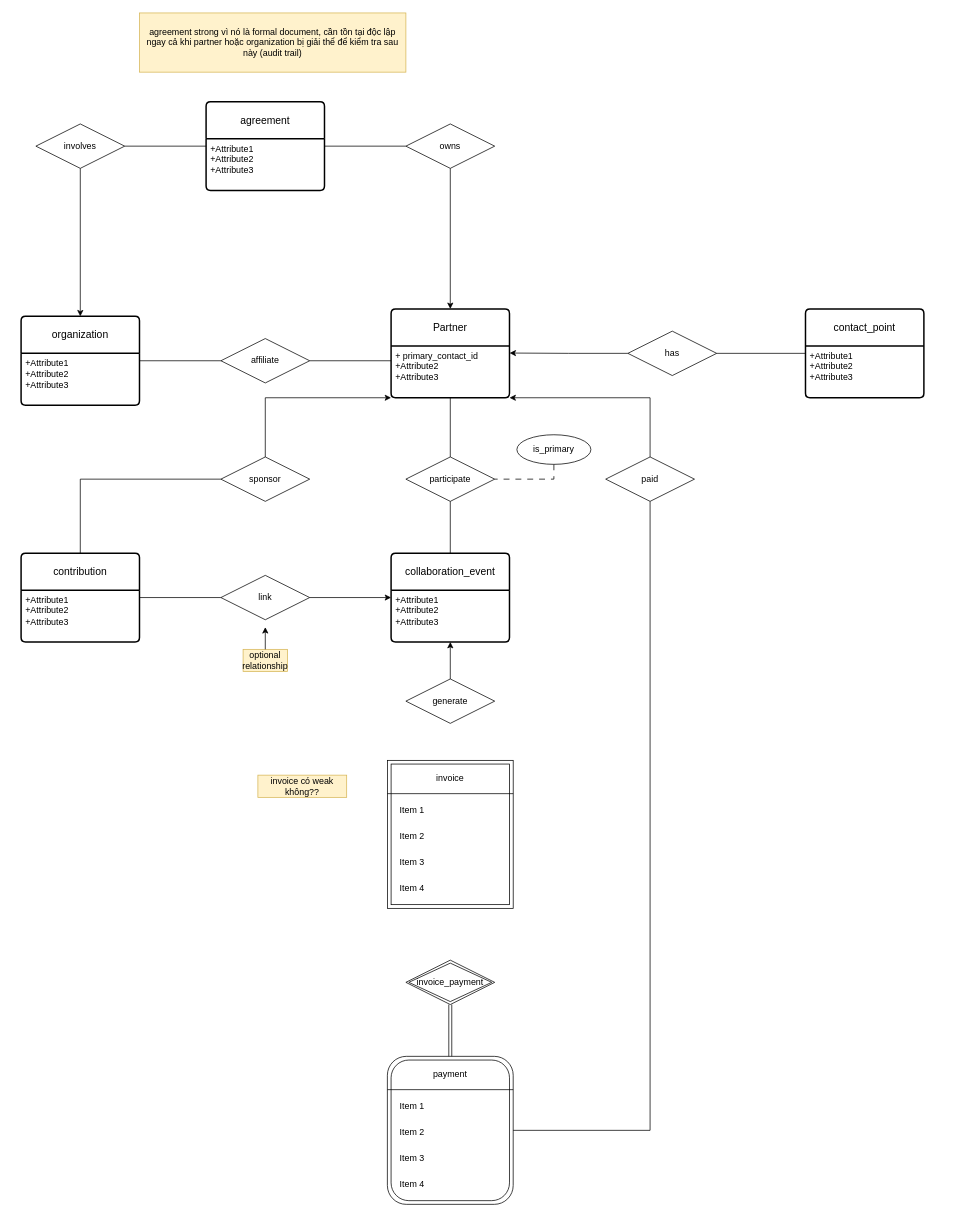
nduc03/cs4420-project keeps this draw.io diagram as ERD.drawio. Above is the earlier version. Source tidied: cells renumbered, new cells numbered last; positions are measured from the earlier drawing's top-left corner, leaving out a move shared by most shapes. Both pictures are drawn from the tidied source at 74%, with x=0, y=0 at pixel (21, 13).
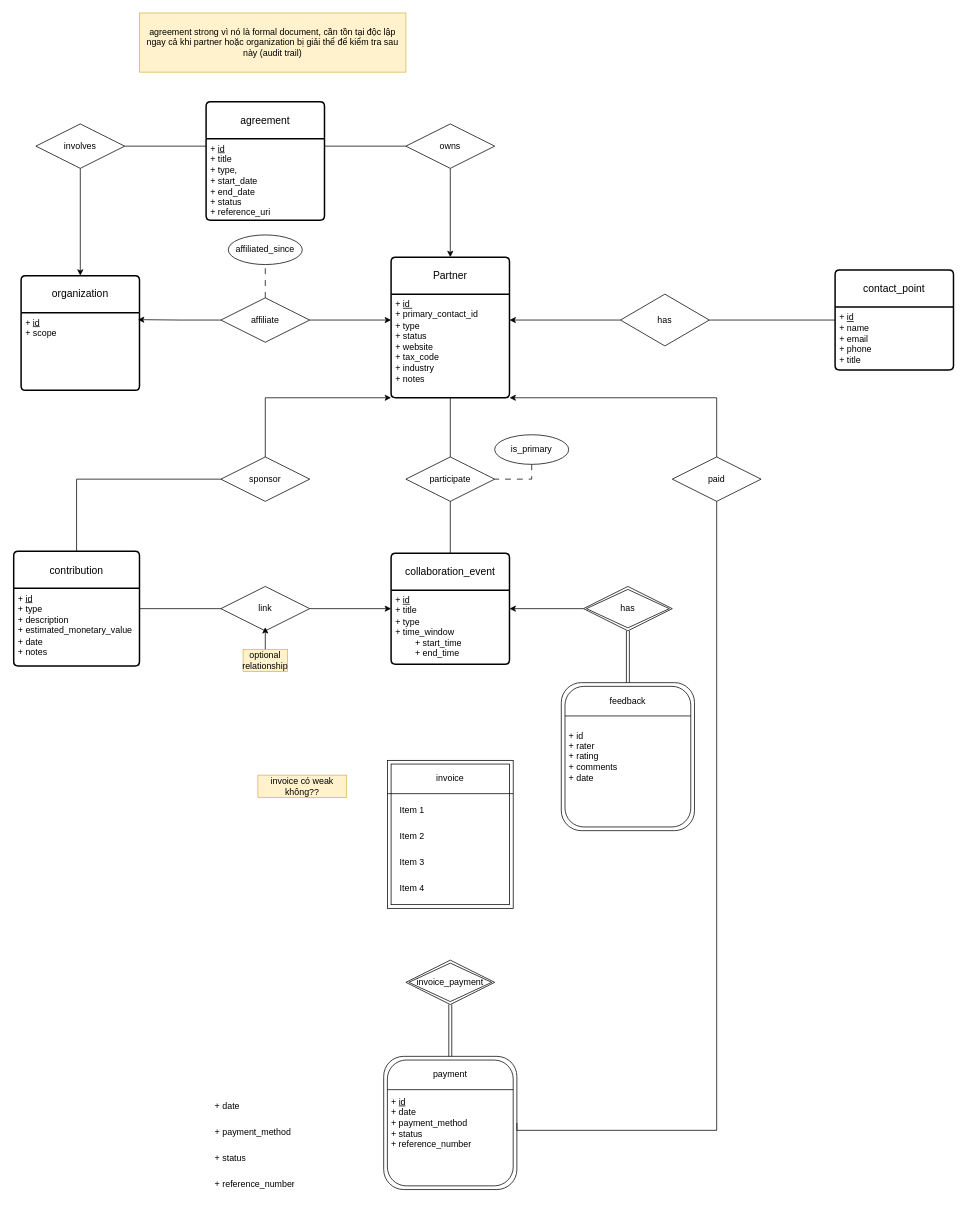
The same page after the edit.

The change refers to these unchanged cells:
```xml
<mxCell id="30" style="shape=tableRow;horizontal=0;startSize=0;swimlaneHead=0;swimlaneBody=0;strokeColor=inherit;top=0;left=0;bottom=0;right=0;fillColor=none;fontSize=16;" parent="29" vertex="1">
  <mxGeometry width="150" height="36" as="geometry" />
</mxCell>
<mxCell id="32" style="shape=tableRow;horizontal=0;startSize=0;swimlaneHead=0;swimlaneBody=0;strokeColor=inherit;top=0;left=0;bottom=0;right=0;fillColor=none;fontSize=16;" parent="29" vertex="1">
  <mxGeometry y="36" width="150" height="34" as="geometry" />
</mxCell>
<mxCell id="34" style="shape=tableRow;horizontal=0;startSize=0;swimlaneHead=0;swimlaneBody=0;strokeColor=inherit;top=0;left=0;bottom=0;right=0;fillColor=none;fontSize=16;" parent="29" vertex="1">
  <mxGeometry y="70" width="150" height="36" as="geometry" />
</mxCell>
<mxCell id="36" style="shape=tableRow;horizontal=0;startSize=0;swimlaneHead=0;swimlaneBody=0;strokeColor=inherit;top=0;left=0;bottom=0;right=0;fillColor=none;fontSize=16;" parent="29" vertex="1">
  <mxGeometry y="106" width="150" height="34" as="geometry" />
</mxCell>
<mxCell id="54" value="participate" style="shape=rhombus;perimeter=rhombusPerimeter;whiteSpace=wrap;html=1;align=center;" parent="1" vertex="1">
  <mxGeometry x="520" y="600" width="120" height="60" as="geometry" />
</mxCell>
```

The edit, as a diff of the source:
```diff
@@
     <mxCell id="2" value="Partner" style="swimlane;horizontal=1;startSize=50;rounded=1;fontSize=14;fontStyle=0;strokeWidth=2;shadow=0;dashed=0;align=center;arcSize=4;whiteSpace=wrap;html=1;" parent="1" vertex="1">
-      <mxGeometry x="500" y="400" width="160" height="120" as="geometry" />
+      <mxGeometry x="500" y="330" width="160" height="190" as="geometry" />
     </mxCell>
-    <mxCell id="3" value="+ primary_contact_id&lt;br&gt;+Attribute2&lt;br&gt;+Attribute3" style="align=left;strokeColor=none;fillColor=none;spacingLeft=4;spacingRight=4;fontSize=12;verticalAlign=top;html=1;whiteSpace=wrap;" parent="2" vertex="1">
-      <mxGeometry y="50" width="160" height="70" as="geometry" />
+    <mxCell id="3" value="+ &lt;u&gt;id&amp;nbsp;&lt;/u&gt;&lt;div&gt;+ primary_contact_id&lt;br&gt;+ type&lt;br&gt;+ status&lt;/div&gt;&lt;div&gt;+ website&lt;/div&gt;&lt;div&gt;+ tax_code&lt;/div&gt;&lt;div&gt;+ industry&lt;/div&gt;&lt;div&gt;+ notes&lt;/div&gt;" style="align=left;strokeColor=none;fillColor=none;spacingLeft=4;spacingRight=4;fontSize=12;verticalAlign=top;html=1;whiteSpace=wrap;" parent="2" vertex="1">
+      <mxGeometry y="50" width="160" height="140" as="geometry" />
     </mxCell>
     <mxCell id="4" value="organization" style="swimlane;horizontal=1;startSize=50;rounded=1;fontSize=14;fontStyle=0;strokeWidth=2;shadow=0;dashed=0;align=center;arcSize=4;whiteSpace=wrap;html=1;" parent="1" vertex="1">
-      <mxGeometry y="410" width="160" height="120" as="geometry" />
+      <mxGeometry y="355" width="160" height="155" as="geometry" />
     </mxCell>
-    <mxCell id="5" value="+Attribute1&#10;+Attribute2&#10;+Attribute3" style="align=left;strokeColor=none;fillColor=none;spacingLeft=4;spacingRight=4;fontSize=12;verticalAlign=top;html=1;whiteSpace=wrap;" parent="4" vertex="1">
-      <mxGeometry y="50" width="160" height="70" as="geometry" />
+    <mxCell id="5" value="+ &lt;u&gt;id&lt;/u&gt;&lt;br&gt;+ scope" style="align=left;strokeColor=none;fillColor=none;spacingLeft=4;spacingRight=4;fontSize=12;verticalAlign=top;html=1;whiteSpace=wrap;" parent="4" vertex="1">
+      <mxGeometry y="50" width="160" height="105" as="geometry" />
     </mxCell>
     <mxCell id="6" value="contact_point" style="swimlane;horizontal=1;startSize=50;rounded=1;fontSize=14;fontStyle=0;strokeWidth=2;shadow=0;dashed=0;align=center;arcSize=4;whiteSpace=wrap;html=1;" parent="1" vertex="1">
-      <mxGeometry x="1060" y="400" width="160" height="120" as="geometry" />
+      <mxGeometry x="1100" y="347.5" width="160" height="135" as="geometry" />
     </mxCell>
-    <mxCell id="7" value="+Attribute1&#10;+Attribute2&#10;+Attribute3" style="align=left;strokeColor=none;fillColor=none;spacingLeft=4;spacingRight=4;fontSize=12;verticalAlign=top;html=1;whiteSpace=wrap;" parent="6" vertex="1">
-      <mxGeometry y="50" width="160" height="70" as="geometry" />
+    <mxCell id="7" value="&lt;div&gt;+ &lt;u&gt;id&lt;/u&gt;&lt;/div&gt;+ name&lt;br&gt;+ email&lt;br&gt;+ phone&lt;div&gt;+ title&lt;/div&gt;" style="align=left;strokeColor=none;fillColor=none;spacingLeft=4;spacingRight=4;fontSize=12;verticalAlign=top;html=1;whiteSpace=wrap;" parent="6" vertex="1">
+      <mxGeometry y="50" width="160" height="85" as="geometry" />
     </mxCell>
     <mxCell id="8" value="contribution" style="swimlane;horizontal=1;startSize=50;rounded=1;fontSize=14;fontStyle=0;strokeWidth=2;shadow=0;dashed=0;align=center;arcSize=4;whiteSpace=wrap;html=1;" parent="1" vertex="1">
-      <mxGeometry y="730" width="160" height="120" as="geometry" />
+      <mxGeometry x="-10" y="727.5" width="170" height="155" as="geometry" />
     </mxCell>
-    <mxCell id="9" value="+Attribute1&#10;+Attribute2&#10;+Attribute3" style="align=left;strokeColor=none;fillColor=none;spacingLeft=4;spacingRight=4;fontSize=12;verticalAlign=top;html=1;whiteSpace=wrap;" parent="8" vertex="1">
-      <mxGeometry y="50" width="160" height="70" as="geometry" />
+    <mxCell id="9" value="+ &lt;u&gt;id&lt;/u&gt;&lt;div&gt;+ type&lt;/div&gt;&lt;div&gt;+ description&lt;/div&gt;&lt;div&gt;+ estimated_monetary_value&lt;/div&gt;&lt;div&gt;+ date&lt;/div&gt;&lt;div&gt;+ notes&lt;/div&gt;" style="align=left;strokeColor=none;fillColor=none;spacingLeft=4;spacingRight=4;fontSize=12;verticalAlign=top;html=1;whiteSpace=wrap;" parent="8" vertex="1">
+      <mxGeometry y="50" width="170" height="105" as="geometry" />
     </mxCell>
     <mxCell id="10" value="collaboration_event" style="swimlane;horizontal=1;startSize=50;rounded=1;fontSize=14;fontStyle=0;strokeWidth=2;shadow=0;dashed=0;align=center;arcSize=4;whiteSpace=wrap;html=1;" parent="1" vertex="1">
-      <mxGeometry x="500" y="730" width="160" height="120" as="geometry" />
+      <mxGeometry x="500" y="730" width="160" height="150" as="geometry" />
     </mxCell>
-    <mxCell id="11" value="+Attribute1&#10;+Attribute2&#10;+Attribute3" style="align=left;strokeColor=none;fillColor=none;spacingLeft=4;spacingRight=4;fontSize=12;verticalAlign=top;html=1;whiteSpace=wrap;" parent="10" vertex="1">
-      <mxGeometry y="50" width="160" height="70" as="geometry" />
+    <mxCell id="11" value="+ &lt;u&gt;id&lt;/u&gt;&lt;div&gt;+ title&lt;/div&gt;&lt;div&gt;+ type&lt;/div&gt;&lt;div&gt;+ time_window&lt;/div&gt;&lt;div&gt;&lt;span style=&quot;white-space: pre;&quot;&gt;&#9;&lt;/span&gt;+ start_time&lt;br&gt;&lt;/div&gt;&lt;div&gt;&lt;span style=&quot;white-space: pre;&quot;&gt;&#9;&lt;/span&gt;+ end_time&lt;br&gt;&lt;/div&gt;&lt;div&gt;&lt;br&gt;&lt;/div&gt;" style="align=left;strokeColor=none;fillColor=none;spacingLeft=4;spacingRight=4;fontSize=12;verticalAlign=top;html=1;whiteSpace=wrap;" parent="10" vertex="1">
+      <mxGeometry y="50" width="160" height="100" as="geometry" />
     </mxCell>
+    <mxCell id="72" style="edgeStyle=orthogonalEdgeStyle;rounded=0;jettySize=auto;html=1;entryX=0.5;entryY=1;entryDx=0;entryDy=0;endArrow=none;endFill=0;dashed=1;dashPattern=8 8;" parent="1" edge="1" source="12" target="75">
+      <mxGeometry relative="1" as="geometry" />
+    </mxCell>
+    <mxCell id="73" style="edgeStyle=orthogonalEdgeStyle;rounded=0;jettySize=auto;html=1;entryX=0;entryY=0.25;entryDx=0;entryDy=0;" parent="1" edge="1" source="12" target="3">
+      <mxGeometry relative="1" as="geometry" />
+    </mxCell>
     <mxCell id="12" value="affiliate" style="shape=rhombus;perimeter=rhombusPerimeter;whiteSpace=wrap;html=1;align=center;" parent="1" vertex="1">
-      <mxGeometry x="270" y="440" width="120" height="60" as="geometry" />
+      <mxGeometry x="270" y="385" width="120" height="60" as="geometry" />
     </mxCell>
-    <mxCell id="13" style="endArrow=none;html=1;rounded=0;" parent="1" edge="1">
-      <mxGeometry relative="1" as="geometry">
-        <mxPoint x="160" y="470" as="sourcePoint" />
-        <mxPoint x="270" y="470" as="targetPoint" />
-      </mxGeometry>
-    </mxCell>
-    <mxCell id="14" style="endArrow=none;html=1;rounded=0;" parent="1" edge="1">
-      <mxGeometry relative="1" as="geometry">
-        <mxPoint x="390" y="470" as="sourcePoint" />
-        <mxPoint x="500" y="470" as="targetPoint" />
-      </mxGeometry>
-    </mxCell>
@@
-    <mxCell id="27" style="shape=ext;margin=3;double=1;whiteSpace=wrap;html=1;align=center;rounded=1;" parent="1" vertex="1">
-      <mxGeometry x="495" y="1410" width="170" height="200" as="geometry" />
+    <mxCell id="27" value="&amp;nbsp;+ &lt;u&gt;id&lt;/u&gt;&lt;div&gt;&amp;nbsp;+ date&lt;/div&gt;&lt;div&gt;&amp;nbsp;+ payment_method&lt;/div&gt;&lt;div&gt;&amp;nbsp;+ status&lt;/div&gt;&lt;div&gt;&amp;nbsp;+ reference_number&lt;/div&gt;" style="shape=ext;margin=3;double=1;whiteSpace=wrap;html=1;align=left;rounded=1;labelPosition=center;verticalLabelPosition=middle;verticalAlign=middle;" parent="1" vertex="1">
+      <mxGeometry x="490" y="1410" width="180" height="180" as="geometry" />
     </mxCell>
@@
     <mxCell id="29" style="shape=table;startSize=0;childLayout=tableLayout;fontSize=11;fillColor=none;strokeColor=none;" parent="1" vertex="1">
-      <mxGeometry x="505" y="1460" width="150" height="140" as="geometry" />
+      <mxGeometry x="255" y="1460" width="150" height="140" as="geometry" />
     </mxCell>
@@
-    <mxCell id="31" value="Item 1" style="shape=partialRectangle;html=1;whiteSpace=wrap;strokeColor=inherit;overflow=hidden;fillColor=none;top=0;left=0;bottom=0;right=0;fontSize=12;align=left;spacingLeft=5;" parent="30" vertex="1">
+    <mxCell id="31" value="+ date" style="shape=partialRectangle;html=1;whiteSpace=wrap;strokeColor=inherit;overflow=hidden;fillColor=none;top=0;left=0;bottom=0;right=0;fontSize=12;align=left;spacingLeft=5;" parent="30" vertex="1">
       <mxGeometry width="150" height="36" as="geometry" />
     </mxCell>
@@
-    <mxCell id="33" value="Item 2" style="shape=partialRectangle;html=1;whiteSpace=wrap;strokeColor=inherit;overflow=hidden;fillColor=none;top=0;left=0;bottom=0;right=0;fontSize=12;align=left;spacingLeft=5;" parent="32" vertex="1">
+    <mxCell id="33" value="+ payment_method" style="shape=partialRectangle;html=1;whiteSpace=wrap;strokeColor=inherit;overflow=hidden;fillColor=none;top=0;left=0;bottom=0;right=0;fontSize=12;align=left;spacingLeft=5;" parent="32" vertex="1">
       <mxGeometry width="150" height="34" as="geometry" />
     </mxCell>
@@
-    <mxCell id="35" value="Item 3" style="shape=partialRectangle;html=1;whiteSpace=wrap;strokeColor=inherit;overflow=hidden;fillColor=none;top=0;left=0;bottom=0;right=0;fontSize=12;align=left;spacingLeft=5;" parent="34" vertex="1">
+    <mxCell id="35" value="+ status" style="shape=partialRectangle;html=1;whiteSpace=wrap;strokeColor=inherit;overflow=hidden;fillColor=none;top=0;left=0;bottom=0;right=0;fontSize=12;align=left;spacingLeft=5;" parent="34" vertex="1">
       <mxGeometry width="150" height="36" as="geometry" />
     </mxCell>
@@
-    <mxCell id="37" value="Item 4" style="shape=partialRectangle;html=1;whiteSpace=wrap;strokeColor=inherit;overflow=hidden;fillColor=none;top=0;left=0;bottom=0;right=0;fontSize=12;align=left;spacingLeft=5;" parent="36" vertex="1">
+    <mxCell id="37" value="+ reference_number" style="shape=partialRectangle;html=1;whiteSpace=wrap;strokeColor=inherit;overflow=hidden;fillColor=none;top=0;left=0;bottom=0;right=0;fontSize=12;align=left;spacingLeft=5;" parent="36" vertex="1">
       <mxGeometry width="150" height="34" as="geometry" />
     </mxCell>
@@
     <mxCell id="39" value="agreement" style="swimlane;horizontal=1;startSize=50;rounded=1;fontSize=14;fontStyle=0;strokeWidth=2;shadow=0;dashed=0;align=center;arcSize=4;whiteSpace=wrap;html=1;" parent="1" vertex="1">
-      <mxGeometry x="250" y="120" width="160" height="120" as="geometry" />
+      <mxGeometry x="250" y="120" width="160" height="160" as="geometry" />
     </mxCell>
-    <mxCell id="40" value="+Attribute1&#10;+Attribute2&#10;+Attribute3" style="align=left;strokeColor=none;fillColor=none;spacingLeft=4;spacingRight=4;fontSize=12;verticalAlign=top;html=1;whiteSpace=wrap;" parent="39" vertex="1">
-      <mxGeometry y="50" width="160" height="70" as="geometry" />
+    <mxCell id="40" value="&lt;div&gt;+ &lt;u&gt;id&lt;/u&gt;&lt;/div&gt;+ title&lt;br&gt;+ type,&lt;br&gt;+ start_date&lt;div&gt;+ end_date&lt;/div&gt;&lt;div&gt;+ status&lt;/div&gt;&lt;div&gt;+ reference_uri&lt;/div&gt;" style="align=left;strokeColor=none;fillColor=none;spacingLeft=4;spacingRight=4;fontSize=12;verticalAlign=top;html=1;whiteSpace=wrap;" parent="39" vertex="1">
+      <mxGeometry y="50" width="160" height="110" as="geometry" />
     </mxCell>
@@
+    <mxCell id="74" style="edgeStyle=orthogonalEdgeStyle;rounded=0;jettySize=auto;html=1;entryX=0;entryY=0.5;entryDx=0;entryDy=0;endArrow=none;endFill=0;" parent="1" edge="1" source="48" target="6">
+      <mxGeometry relative="1" as="geometry" />
+    </mxCell>
+    <mxCell id="49" style="edgeStyle=orthogonalEdgeStyle;rounded=0;jettySize=auto;html=1;entryX=1;entryY=0.25;entryDx=0;entryDy=0;" parent="1" edge="1" source="48" target="3">
+      <mxGeometry relative="1" as="geometry" />
+    </mxCell>
     <mxCell id="48" value="has" style="shape=rhombus;perimeter=rhombusPerimeter;whiteSpace=wrap;html=1;align=center;" parent="1" vertex="1">
-      <mxGeometry x="820" y="430" width="120" height="60" as="geometry" />
+      <mxGeometry x="810" y="380" width="120" height="70" as="geometry" />
     </mxCell>
-    <mxCell id="49" style="edgeStyle=orthogonalEdgeStyle;rounded=0;jettySize=auto;html=1;entryX=1.001;entryY=0.137;entryDx=0;entryDy=0;entryPerimeter=0;" parent="1" edge="1" source="48" target="3">
-      <mxGeometry relative="1" as="geometry" />
-    </mxCell>
-    <mxCell id="50" style="endArrow=none;html=1;rounded=0;" parent="1" edge="1">
-      <mxGeometry relative="1" as="geometry">
-        <mxPoint x="940" y="460" as="sourcePoint" />
-        <mxPoint x="1060" y="460" as="targetPoint" />
-      </mxGeometry>
-    </mxCell>
@@
     <mxCell id="57" style="edgeStyle=orthogonalEdgeStyle;rounded=0;jettySize=auto;html=1;entryX=1;entryY=1;entryDx=0;entryDy=0;" parent="1" edge="1" source="59" target="3">
       <mxGeometry relative="1" as="geometry">
         <Array as="points">
-          <mxPoint x="850" y="520" />
+          <mxPoint x="940" y="520" />
         </Array>
       </mxGeometry>
     </mxCell>
     <mxCell id="58" style="edgeStyle=orthogonalEdgeStyle;rounded=0;jettySize=auto;html=1;entryX=1;entryY=0.5;entryDx=0;entryDy=0;endArrow=none;endFill=0;" parent="1" edge="1" source="59" target="27">
       <mxGeometry relative="1" as="geometry">
         <Array as="points">
-          <mxPoint x="850" y="1510" />
+          <mxPoint x="940" y="1510" />
         </Array>
       </mxGeometry>
     </mxCell>
     <mxCell id="59" value="paid" style="shape=rhombus;perimeter=rhombusPerimeter;whiteSpace=wrap;html=1;align=center;" parent="1" vertex="1">
-      <mxGeometry x="790" y="600" width="120" height="60" as="geometry" />
+      <mxGeometry x="880" y="600" width="120" height="60" as="geometry" />
     </mxCell>
@@
     <mxCell id="65" value="link" style="shape=rhombus;perimeter=rhombusPerimeter;whiteSpace=wrap;html=1;align=center;" parent="1" vertex="1">
-      <mxGeometry x="270" y="760" width="120" height="60" as="geometry" />
+      <mxGeometry x="270" y="775" width="120" height="60" as="geometry" />
     </mxCell>
     <mxCell id="66" style="edgeStyle=orthogonalEdgeStyle;rounded=0;jettySize=auto;html=1;entryX=1;entryY=0.5;entryDx=0;entryDy=0;dashed=1;dashPattern=8 8;endArrow=none;endFill=0;" parent="1" edge="1" source="67" target="54">
       <mxGeometry relative="1" as="geometry">
         <Array as="points">
-          <mxPoint x="720" y="630" />
+          <mxPoint x="690" y="630" />
         </Array>
       </mxGeometry>
     </mxCell>
     <mxCell id="67" value="is_primary" style="ellipse;whiteSpace=wrap;html=1;align=center;" parent="1" vertex="1">
-      <mxGeometry x="670" y="570" width="100" height="40" as="geometry" />
+      <mxGeometry x="640" y="570" width="100" height="40" as="geometry" />
     </mxCell>
-    <mxCell id="68" style="edgeStyle=orthogonalEdgeStyle;rounded=0;jettySize=auto;html=1;entryX=0.5;entryY=1;entryDx=0;entryDy=0;" parent="1" edge="1" source="69" target="11">
-      <mxGeometry relative="1" as="geometry" />
-    </mxCell>
-    <mxCell id="69" value="generate" style="shape=rhombus;perimeter=rhombusPerimeter;whiteSpace=wrap;html=1;align=center;" parent="1" vertex="1">
-      <mxGeometry x="520" y="900" width="120" height="60" as="geometry" />
-    </mxCell>
@@
+    <mxCell id="75" value="&lt;p&gt;&lt;font face=&quot;Helvetica&quot;&gt;affiliated_since&lt;/font&gt;&lt;/p&gt;" style="ellipse;whiteSpace=wrap;html=1;align=center;fontStyle=0;strokeColor=default;" parent="1" vertex="1">
+      <mxGeometry x="280" y="300" width="100" height="40" as="geometry" />
+    </mxCell>
+    <mxCell id="76" style="edgeStyle=orthogonalEdgeStyle;rounded=0;jettySize=auto;html=1;entryX=0.987;entryY=0.09;entryDx=0;entryDy=0;entryPerimeter=0;" parent="1" edge="1" source="12" target="5">
+      <mxGeometry relative="1" as="geometry" />
+    </mxCell>
+    <mxCell id="77" value="&amp;nbsp;+ id&lt;div&gt;&amp;nbsp;+ rater&lt;/div&gt;&lt;div&gt;&amp;nbsp;+ rating&lt;/div&gt;&lt;div&gt;&amp;nbsp;+ comments&lt;/div&gt;&lt;div&gt;&amp;nbsp;+ date&lt;/div&gt;" style="shape=ext;margin=3;double=1;whiteSpace=wrap;html=1;align=left;rounded=1;" parent="1" vertex="1">
+      <mxGeometry x="730" y="905" width="180" height="200" as="geometry" />
+    </mxCell>
+    <mxCell id="78" style="line;strokeWidth=1;dashed=0;labelPosition=right;align=left;verticalAlign=middle;spacingTop=0;spacingLeft=6;perimeterSpacing=0;" parent="1" vertex="1">
+      <mxGeometry x="735" y="945" width="170" height="10" as="geometry" />
+    </mxCell>
+    <mxCell id="79" value="feedback" style="text;html=1;whiteSpace=wrap;strokeColor=none;fillColor=none;align=center;verticalAlign=middle;rounded=0;" parent="1" vertex="1">
+      <mxGeometry x="745" y="915" width="150" height="30" as="geometry" />
+    </mxCell>
+    <mxCell id="80" style="edgeStyle=orthogonalEdgeStyle;rounded=0;jettySize=auto;html=1;entryX=0.5;entryY=0;entryDx=0;entryDy=0;shape=link;" parent="1" edge="1" source="82" target="77">
+      <mxGeometry relative="1" as="geometry" />
+    </mxCell>
+    <mxCell id="81" style="edgeStyle=orthogonalEdgeStyle;rounded=0;jettySize=auto;html=1;entryX=1;entryY=0.25;entryDx=0;entryDy=0;" parent="1" edge="1" source="82" target="11">
+      <mxGeometry relative="1" as="geometry" />
+    </mxCell>
+    <mxCell id="82" value="has" style="shape=rhombus;double=1;perimeter=rhombusPerimeter;whiteSpace=wrap;html=1;align=center;" parent="1" vertex="1">
+      <mxGeometry x="760" y="775" width="120" height="60" as="geometry" />
+    </mxCell>
```
